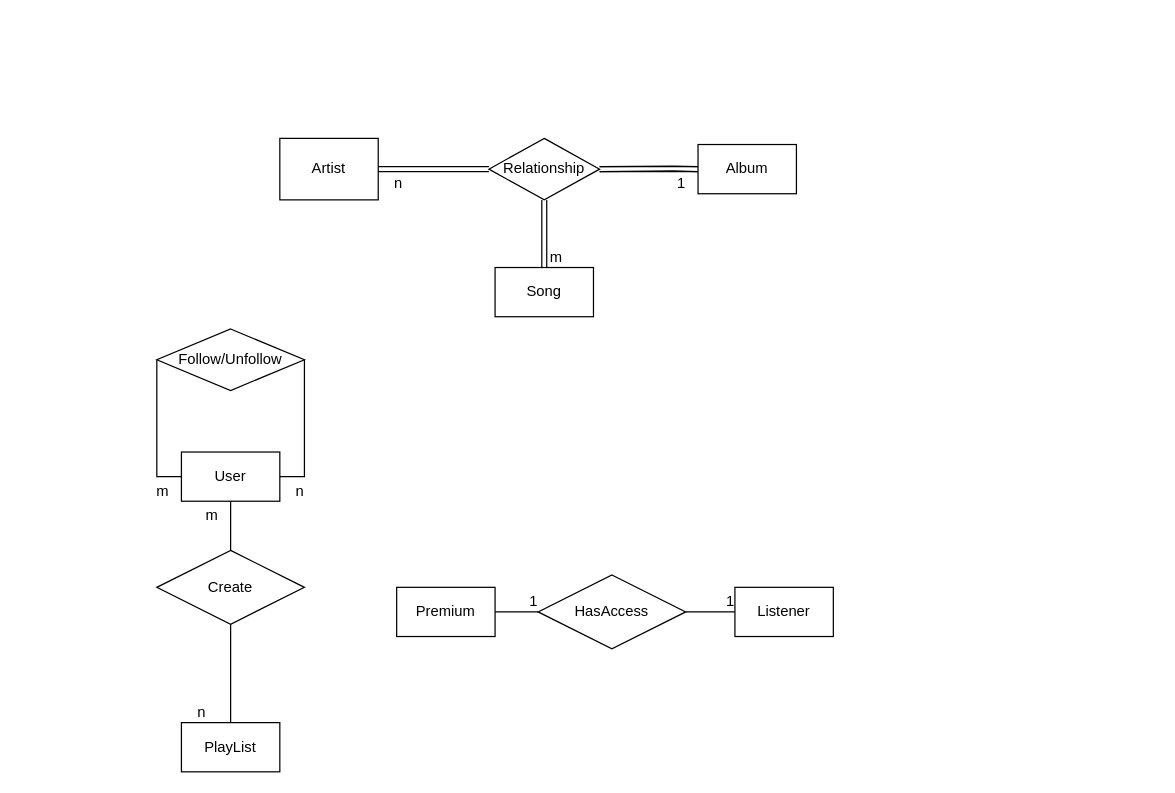
Earlier version of the draw.io diagram ER Diagram.drawio (BehrouzGhamkhar/database-project). Source tidied: cells renumbered, new cells numbered last; positions are measured from the earlier drawing's top-left corner, leaving out a move shared by most shapes. Both pictures are drawn from the tidied source at 123%, with x=0, y=0 at pixel (156, 138).
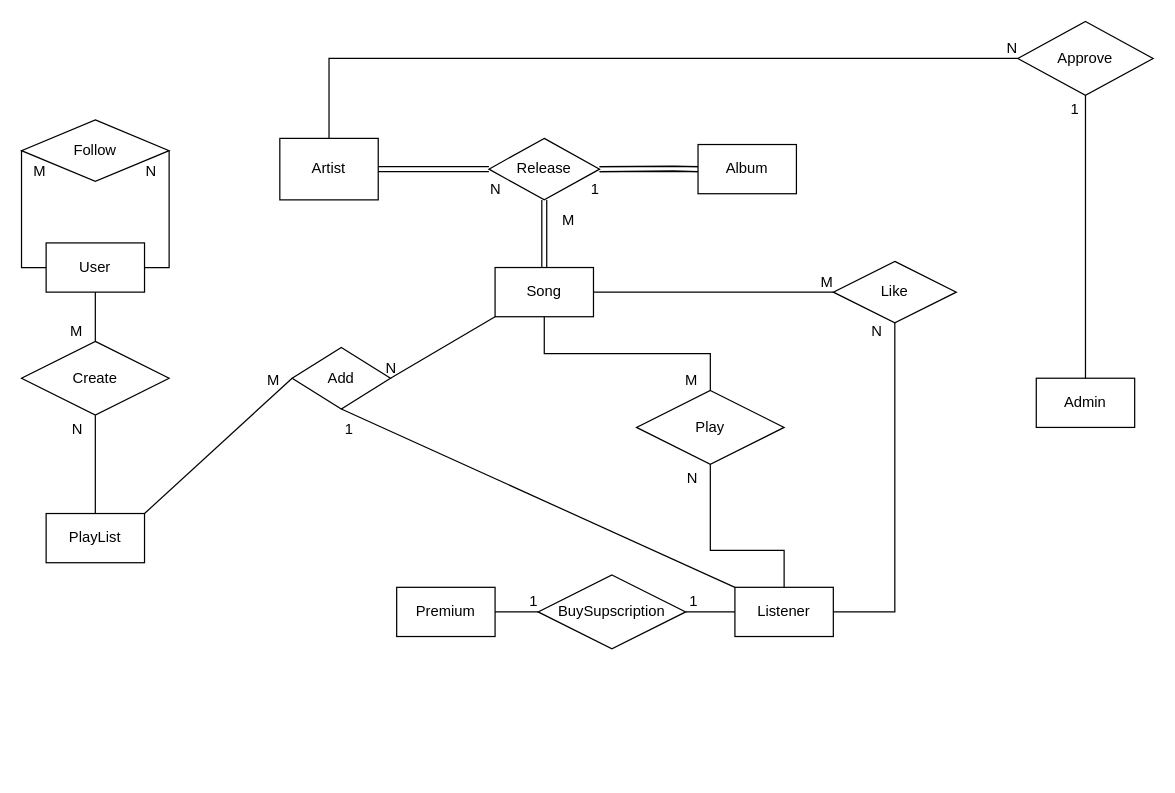
The same page after the edit.

Commit message (it also covers changes not shown here):
2nd day of work on the ER diagram

The change refers to these unchanged cells:
```xml
<mxCell id="2" value="Artist" style="whiteSpace=wrap;html=1;align=center;" parent="1" vertex="1">
  <mxGeometry x="100" width="80" height="50" as="geometry" />
</mxCell>
<mxCell id="7" value="Song" style="whiteSpace=wrap;html=1;align=center;" parent="1" vertex="1">
  <mxGeometry x="275" y="105" width="80" height="40" as="geometry" />
</mxCell>
<mxCell id="9" value="Listener" style="whiteSpace=wrap;html=1;align=center;" parent="1" vertex="1">
  <mxGeometry x="470" y="365" width="80" height="40" as="geometry" />
</mxCell>
<mxCell id="12" style="endArrow=none;html=1;rounded=0;shape=link;" parent="1" edge="1">
  <mxGeometry relative="1" as="geometry">
    <mxPoint x="180" y="25" as="sourcePoint" />
    <mxPoint x="270" y="25" as="targetPoint" />
  </mxGeometry>
</mxCell>
<mxCell id="15" style="endArrow=none;html=1;rounded=0;shape=link;" parent="1" edge="1">
  <mxGeometry relative="1" as="geometry">
    <mxPoint x="360" y="25" as="sourcePoint" />
    <mxPoint x="440" y="25" as="targetPoint" />
    <Array as="points">
      <mxPoint x="420" y="24.5" />
    </Array>
  </mxGeometry>
</mxCell>
<mxCell id="23" style="endArrow=none;html=1;rounded=0;exitX=0.5;exitY=1;exitDx=0;exitDy=0;" parent="1" edge="1" source="5" target="22">
  <mxGeometry relative="1" as="geometry" />
</mxCell>
<mxCell id="25" style="endArrow=none;html=1;rounded=0;exitX=0.5;exitY=1;exitDx=0;exitDy=0;entryX=0.5;entryY=0;entryDx=0;entryDy=0;" parent="1" edge="1" source="22" target="8">
  <mxGeometry relative="1" as="geometry" />
</mxCell>
<mxCell id="30" style="endArrow=none;html=1;rounded=0;exitX=1;exitY=0.5;exitDx=0;exitDy=0;entryX=0;entryY=0.5;entryDx=0;entryDy=0;" parent="1" edge="1" source="27" target="9">
  <mxGeometry relative="1" as="geometry" />
</mxCell>
```

Diff of the diagram source:
```diff
@@
     <mxCell id="5" value="User" style="whiteSpace=wrap;html=1;align=center;" parent="1" vertex="1">
-      <mxGeometry x="20" y="255" width="80" height="40" as="geometry" />
+      <mxGeometry x="-90" y="85" width="80" height="40" as="geometry" />
     </mxCell>
@@
     <mxCell id="8" value="PlayList" style="whiteSpace=wrap;html=1;align=center;" parent="1" vertex="1">
-      <mxGeometry x="20" y="475" width="80" height="40" as="geometry" />
+      <mxGeometry x="-90" y="305" width="80" height="40" as="geometry" />
     </mxCell>
@@
-    <mxCell id="11" value="Relationship" style="shape=rhombus;perimeter=rhombusPerimeter;whiteSpace=wrap;html=1;align=center;" parent="1" vertex="1">
+    <mxCell id="11" value="Release" style="shape=rhombus;perimeter=rhombusPerimeter;whiteSpace=wrap;html=1;align=center;" parent="1" vertex="1">
       <mxGeometry x="270" width="90" height="50" as="geometry" />
     </mxCell>
@@
     <mxCell id="13" value="1" style="html=1;align=right;verticalAlign=bottom;" parent="12" vertex="1">
       <mxGeometry x="1" relative="1" as="geometry">
-        <mxPoint x="160" y="20" as="offset" />
+        <mxPoint x="90" y="25" as="offset" />
       </mxGeometry>
     </mxCell>
     <mxCell id="14" style="endArrow=none;html=1;rounded=0;exitX=1;exitY=0.5;exitDx=0;exitDy=0;entryX=1;entryY=0.5;entryDx=0;entryDy=0;" parent="1" edge="1" source="18" target="5">
       <mxGeometry relative="1" as="geometry">
         <Array as="points">
-          <mxPoint x="120" y="275" />
+          <mxPoint x="10" y="105" />
         </Array>
       </mxGeometry>
     </mxCell>
@@
-    <mxCell id="16" value="m" style="html=1;align=right;verticalAlign=bottom;" parent="15" vertex="1">
+    <mxCell id="16" value="M" style="html=1;align=right;verticalAlign=bottom;" parent="15" vertex="1">
       <mxGeometry x="1" relative="1" as="geometry">
-        <mxPoint x="-110" y="80" as="offset" />
+        <mxPoint x="-100" y="50" as="offset" />
       </mxGeometry>
     </mxCell>
-    <mxCell id="17" value="n" style="html=1;align=right;verticalAlign=bottom;" parent="1" vertex="1">
-      <mxGeometry x="210" y="45" as="geometry">
+    <mxCell id="17" value="N" style="html=1;align=right;verticalAlign=bottom;" parent="1" vertex="1">
+      <mxGeometry x="290" y="50" as="geometry">
         <mxPoint x="-10" as="offset" />
       </mxGeometry>
     </mxCell>
-    <mxCell id="18" value="Follow/Unfollow" style="shape=rhombus;perimeter=rhombusPerimeter;whiteSpace=wrap;html=1;align=center;" parent="1" vertex="1">
-      <mxGeometry y="155" width="120" height="50" as="geometry" />
+    <mxCell id="18" value="Follow" style="shape=rhombus;perimeter=rhombusPerimeter;whiteSpace=wrap;html=1;align=center;" parent="1" vertex="1">
+      <mxGeometry x="-110" y="-15" width="120" height="50" as="geometry" />
     </mxCell>
     <mxCell id="19" style="endArrow=none;html=1;rounded=0;exitX=0;exitY=0.5;exitDx=0;exitDy=0;entryX=0;entryY=0.5;entryDx=0;entryDy=0;" parent="1" edge="1" source="18" target="5">
       <mxGeometry relative="1" as="geometry">
         <Array as="points">
-          <mxPoint y="275" />
+          <mxPoint x="-110" y="105" />
         </Array>
       </mxGeometry>
     </mxCell>
-    <mxCell id="20" value="m" style="html=1;align=right;verticalAlign=bottom;" parent="19" vertex="1">
+    <mxCell id="20" value="M" style="html=1;align=right;verticalAlign=bottom;" parent="19" vertex="1">
       <mxGeometry x="1" relative="1" as="geometry">
-        <mxPoint x="-10" y="20" as="offset" />
+        <mxPoint y="-70" as="offset" />
       </mxGeometry>
     </mxCell>
-    <mxCell id="21" value="n" style="html=1;align=right;verticalAlign=bottom;" parent="1" vertex="1">
-      <mxGeometry x="130" y="275" as="geometry">
+    <mxCell id="21" value="N" style="html=1;align=right;verticalAlign=bottom;" parent="1" vertex="1">
+      <mxGeometry x="10" y="15" as="geometry">
         <mxPoint x="-10" y="20" as="offset" />
       </mxGeometry>
     </mxCell>
     <mxCell id="22" value="Create" style="shape=rhombus;perimeter=rhombusPerimeter;whiteSpace=wrap;html=1;align=center;" parent="1" vertex="1">
-      <mxGeometry y="335" width="120" height="60" as="geometry" />
+      <mxGeometry x="-110" y="165" width="120" height="60" as="geometry" />
     </mxCell>
@@
-    <mxCell id="24" value="m" style="html=1;align=right;verticalAlign=bottom;" parent="23" vertex="1">
+    <mxCell id="24" value="M" style="html=1;align=right;verticalAlign=bottom;" parent="23" vertex="1">
       <mxGeometry x="1" relative="1" as="geometry">
-        <mxPoint x="-10" y="-20" as="offset" />
+        <mxPoint x="-10" as="offset" />
       </mxGeometry>
     </mxCell>
@@
-    <mxCell id="26" value="n" style="html=1;align=right;verticalAlign=bottom;" parent="25" vertex="1">
+    <mxCell id="26" value="N" style="html=1;align=right;verticalAlign=bottom;" parent="25" vertex="1">
       <mxGeometry x="1" relative="1" as="geometry">
-        <mxPoint x="-20" as="offset" />
+        <mxPoint x="-10" y="-60" as="offset" />
       </mxGeometry>
     </mxCell>
-    <mxCell id="27" value="HasAccess" style="shape=rhombus;perimeter=rhombusPerimeter;whiteSpace=wrap;html=1;align=center;" parent="1" vertex="1">
+    <mxCell id="27" value="BuySupscription" style="shape=rhombus;perimeter=rhombusPerimeter;whiteSpace=wrap;html=1;align=center;" parent="1" vertex="1">
       <mxGeometry x="310" y="355" width="120" height="60" as="geometry" />
     </mxCell>
@@
     <mxCell id="31" value="1" style="html=1;align=right;verticalAlign=bottom;" parent="30" vertex="1">
-      <mxGeometry x="1" relative="1" as="geometry" />
+      <mxGeometry x="1" relative="1" as="geometry">
+        <mxPoint x="-30" as="offset" />
+      </mxGeometry>
     </mxCell>
+    <mxCell id="32" value="Admin" style="whiteSpace=wrap;html=1;align=center;" parent="1" vertex="1">
+      <mxGeometry x="715" y="195" width="80" height="40" as="geometry" />
+    </mxCell>
+    <mxCell id="33" value="Play" style="shape=rhombus;perimeter=rhombusPerimeter;whiteSpace=wrap;html=1;align=center;" parent="1" vertex="1">
+      <mxGeometry x="390" y="205" width="120" height="60" as="geometry" />
+    </mxCell>
+    <mxCell id="34" style="endArrow=none;html=1;rounded=0;entryX=0.5;entryY=0;entryDx=0;entryDy=0;exitX=0.5;exitY=1;exitDx=0;exitDy=0;" parent="1" edge="1" source="7" target="33">
+      <mxGeometry relative="1" as="geometry">
+        <Array as="points">
+          <mxPoint x="315" y="175" />
+          <mxPoint x="450" y="175" />
+        </Array>
+      </mxGeometry>
+    </mxCell>
+    <mxCell id="35" value="M" style="html=1;align=right;verticalAlign=bottom;" parent="34" vertex="1">
+      <mxGeometry x="1" relative="1" as="geometry">
+        <mxPoint x="-10" as="offset" />
+      </mxGeometry>
+    </mxCell>
+    <mxCell id="36" style="endArrow=none;html=1;rounded=0;entryX=0.5;entryY=0;entryDx=0;entryDy=0;exitX=0.5;exitY=1;exitDx=0;exitDy=0;" parent="1" edge="1" source="33" target="9">
+      <mxGeometry relative="1" as="geometry">
+        <Array as="points">
+          <mxPoint x="450" y="335" />
+          <mxPoint x="510" y="335" />
+        </Array>
+      </mxGeometry>
+    </mxCell>
+    <mxCell id="37" value="N" style="html=1;align=right;verticalAlign=bottom;" parent="36" vertex="1">
+      <mxGeometry x="1" relative="1" as="geometry">
+        <mxPoint x="-70" y="-80" as="offset" />
+      </mxGeometry>
+    </mxCell>
+    <mxCell id="38" value="Like" style="shape=rhombus;perimeter=rhombusPerimeter;whiteSpace=wrap;html=1;align=center;" parent="1" vertex="1">
+      <mxGeometry x="550" y="100" width="100" height="50" as="geometry" />
+    </mxCell>
+    <mxCell id="39" style="endArrow=none;html=1;rounded=0;entryX=0.5;entryY=1;entryDx=0;entryDy=0;exitX=1;exitY=0.5;exitDx=0;exitDy=0;" parent="1" edge="1" source="9" target="38">
+      <mxGeometry relative="1" as="geometry">
+        <Array as="points">
+          <mxPoint x="600" y="385" />
+        </Array>
+      </mxGeometry>
+    </mxCell>
+    <mxCell id="40" value="N" style="html=1;align=right;verticalAlign=bottom;" parent="39" vertex="1">
+      <mxGeometry x="1" relative="1" as="geometry">
+        <mxPoint x="-10" y="15" as="offset" />
+      </mxGeometry>
+    </mxCell>
+    <mxCell id="41" style="endArrow=none;html=1;rounded=0;entryX=0;entryY=0.5;entryDx=0;entryDy=0;exitX=1;exitY=0.5;exitDx=0;exitDy=0;" parent="1" edge="1" source="7" target="38">
+      <mxGeometry relative="1" as="geometry" />
+    </mxCell>
+    <mxCell id="42" value="M" style="html=1;align=right;verticalAlign=bottom;" parent="41" vertex="1">
+      <mxGeometry x="1" relative="1" as="geometry" />
+    </mxCell>
+    <mxCell id="43" value="Add" style="shape=rhombus;perimeter=rhombusPerimeter;whiteSpace=wrap;html=1;align=center;" parent="1" vertex="1">
+      <mxGeometry x="110" y="170" width="80" height="50" as="geometry" />
+    </mxCell>
+    <mxCell id="44" style="endArrow=none;html=1;rounded=0;entryX=1;entryY=0.5;entryDx=0;entryDy=0;exitX=0;exitY=1;exitDx=0;exitDy=0;" parent="1" edge="1" source="7" target="43">
+      <mxGeometry relative="1" as="geometry" />
+    </mxCell>
+    <mxCell id="45" value="N" style="html=1;align=right;verticalAlign=bottom;" parent="44" vertex="1">
+      <mxGeometry x="1" relative="1" as="geometry">
+        <mxPoint x="5.3" y="-0.2" as="offset" />
+      </mxGeometry>
+    </mxCell>
+    <mxCell id="46" style="endArrow=none;html=1;rounded=0;entryX=0;entryY=0.5;entryDx=0;entryDy=0;exitX=1;exitY=0;exitDx=0;exitDy=0;" parent="1" edge="1" source="8" target="43">
+      <mxGeometry relative="1" as="geometry" />
+    </mxCell>
+    <mxCell id="47" value="M" style="html=1;align=right;verticalAlign=bottom;" parent="46" vertex="1">
+      <mxGeometry x="1" relative="1" as="geometry">
+        <mxPoint x="-10.2" y="10.1" as="offset" />
+      </mxGeometry>
+    </mxCell>
+    <mxCell id="48" style="endArrow=none;html=1;rounded=0;entryX=0.5;entryY=1;entryDx=0;entryDy=0;exitX=0;exitY=0;exitDx=0;exitDy=0;" parent="1" edge="1" source="9" target="43">
+      <mxGeometry relative="1" as="geometry" />
+    </mxCell>
+    <mxCell id="49" value="1" style="html=1;align=right;verticalAlign=bottom;" parent="48" vertex="1">
+      <mxGeometry x="1" relative="1" as="geometry">
+        <mxPoint x="9.7" y="24.9" as="offset" />
+      </mxGeometry>
+    </mxCell>
+    <mxCell id="50" value="Approve" style="shape=rhombus;perimeter=rhombusPerimeter;whiteSpace=wrap;html=1;align=center;" parent="1" vertex="1">
+      <mxGeometry x="700" y="-95" width="110" height="60" as="geometry" />
+    </mxCell>
+    <mxCell id="51" style="endArrow=none;html=1;rounded=0;entryX=0.5;entryY=1;entryDx=0;entryDy=0;exitX=0.5;exitY=0;exitDx=0;exitDy=0;" parent="1" edge="1" source="32" target="50">
+      <mxGeometry relative="1" as="geometry" />
+    </mxCell>
+    <mxCell id="52" value="1" style="html=1;align=right;verticalAlign=bottom;" parent="51" vertex="1">
+      <mxGeometry x="1" relative="1" as="geometry">
+        <mxPoint x="-5" y="20" as="offset" />
+      </mxGeometry>
+    </mxCell>
+    <mxCell id="53" style="endArrow=none;html=1;rounded=0;entryX=0;entryY=0.5;entryDx=0;entryDy=0;exitX=0.5;exitY=0;exitDx=0;exitDy=0;" parent="1" edge="1" source="2" target="50">
+      <mxGeometry relative="1" as="geometry">
+        <Array as="points">
+          <mxPoint x="140" y="-65" />
+        </Array>
+      </mxGeometry>
+    </mxCell>
+    <mxCell id="54" value="N" style="html=1;align=right;verticalAlign=bottom;" parent="53" vertex="1">
+      <mxGeometry x="1" relative="1" as="geometry" />
+    </mxCell>
```
